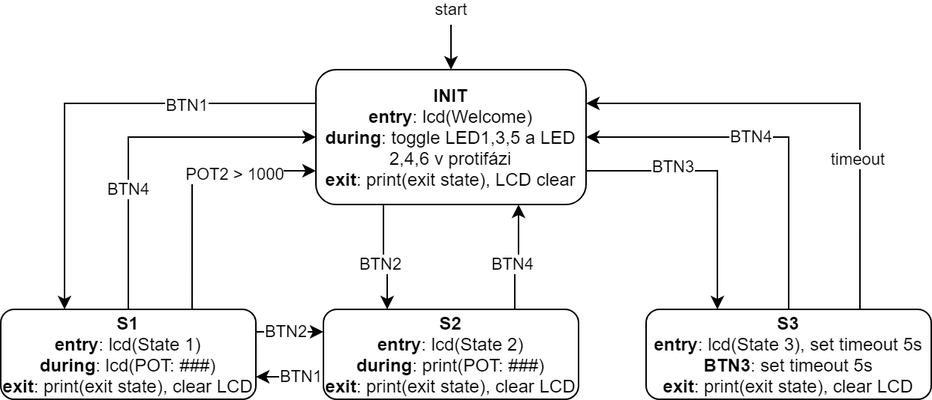
Earlier version of the draw.io export 02_cv_zadani/11_CV_FAQ/FSM_diagram_ukol.png (roborros/BUT-FME-REV). Source tidied: cells renumbered, new cells last; positions are measured from the earlier drawing's top-left corner, leaving out a move shared by most shapes.
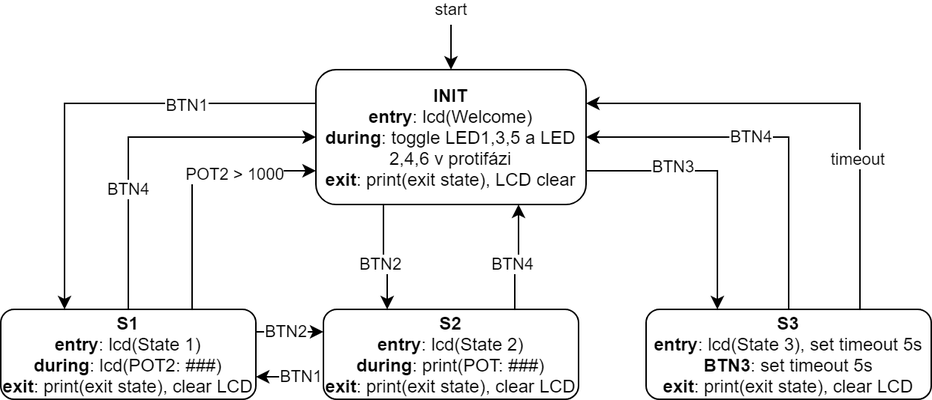
Above is the later version.

What changed in the source:
```diff
@@ -49,7 +49,7 @@
         <mxPoint x="3.4" as="offset" />
       </mxGeometry>
     </mxCell>
-    <mxCell id="15" value="&lt;b&gt;S1&lt;br&gt;entry&lt;/b&gt;: lcd(State 1)&lt;br&gt;&lt;b&gt;during&lt;/b&gt;: lcd(POT: ###)&lt;br&gt;&lt;b&gt;exit&lt;/b&gt;: print(exit state), clear LCD" style="rounded=1;whiteSpace=wrap;html=1;" parent="1" vertex="1">
+    <mxCell id="15" value="&lt;b&gt;S1&lt;br&gt;entry&lt;/b&gt;: lcd(State 1)&lt;br&gt;&lt;b&gt;during&lt;/b&gt;: lcd(POT2: ###)&lt;br&gt;&lt;b&gt;exit&lt;/b&gt;: print(exit state), clear LCD" style="rounded=1;whiteSpace=wrap;html=1;" parent="1" vertex="1">
       <mxGeometry y="190" width="170" height="60" as="geometry" />
     </mxCell>
     <mxCell id="16" style="edgeStyle=orthogonalEdgeStyle;rounded=0;jettySize=auto;html=1;exitX=0;exitY=0.75;exitDx=0;exitDy=0;entryX=1;entryY=0.75;entryDx=0;entryDy=0;" parent="1" edge="1" source="20" target="15">
```
